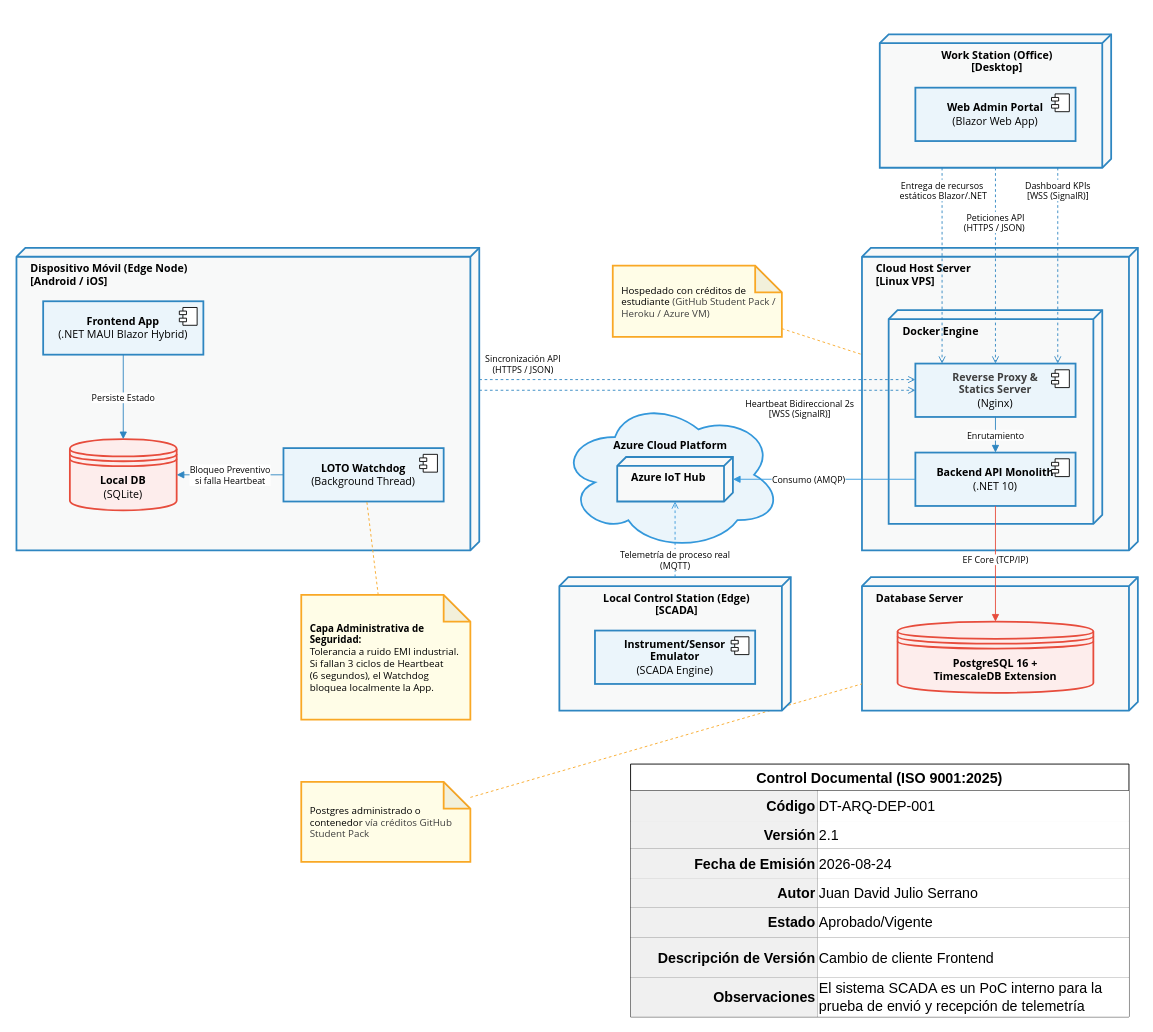
Before: page "Ver 2.x" (2 of 2) of architecture/views/DT-ARQ-DEP-001-deployment-model.drawio in Novav20/adso-dteam-docs, a draw.io diagram. Source tidied: cells renumbered, new cells numbered last; positions are measured from the earlier drawing's top-left corner, leaving out a move shared by most shapes. Both pictures are drawn from the tidied source at 89%, with x=0, y=0 at pixel (16, 34).
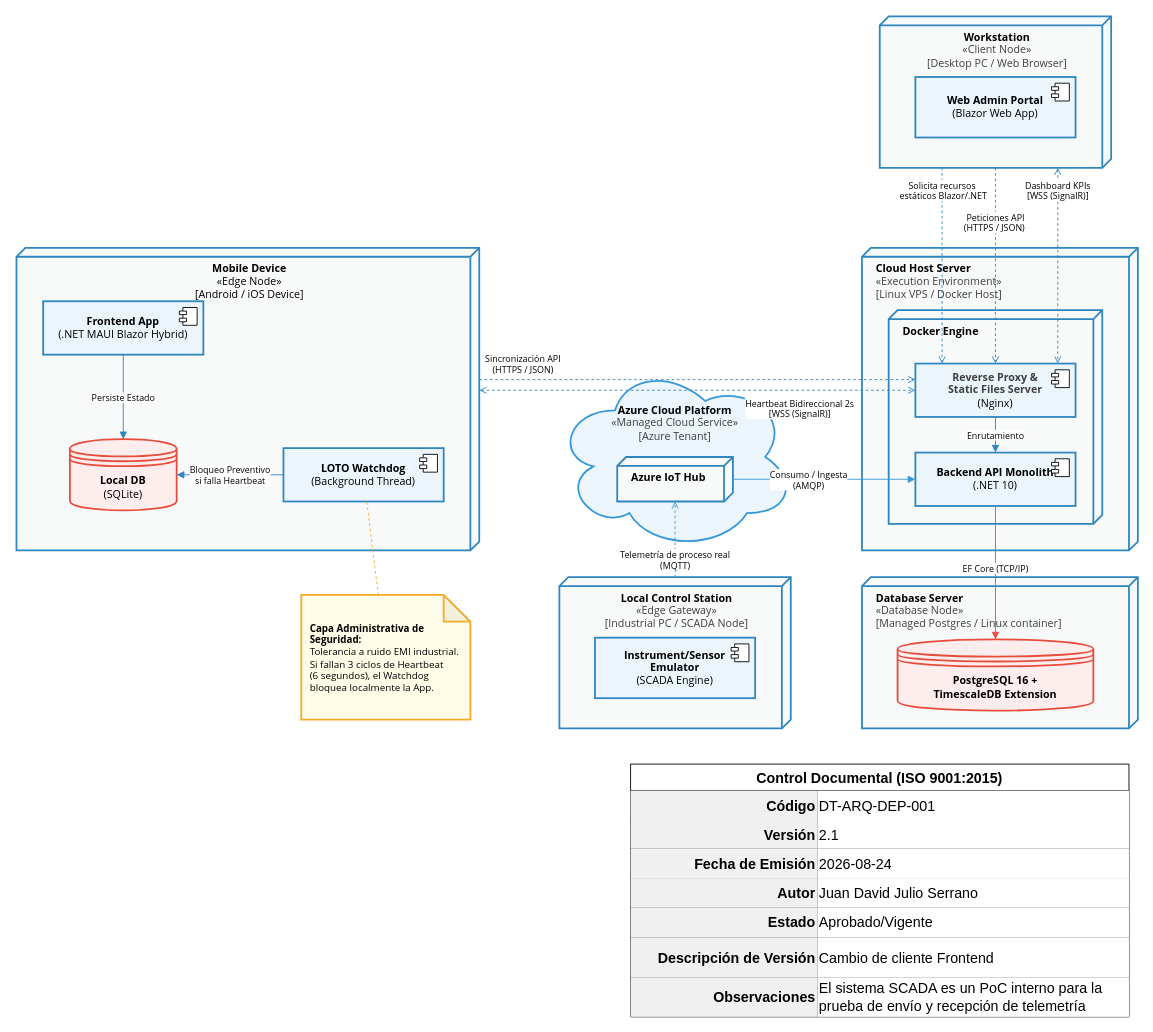
The same diagram, later.

The change refers to these unchanged cells:
```xml
<mxCell id="9" value="Azure IoT Hub" style="verticalAlign=top;align=left;shape=cube;size=10;direction=south;fontStyle=1;html=1;boundedLbl=1;spacingLeft=14;whiteSpace=wrap;fillColor=#F8F9F9;strokeColor=#2E86C1;strokeWidth=2;fontSize=12;fontFamily=Segoe UI;" parent="1" vertex="1">
  <mxGeometry x="675" y="475" width="130" height="50" as="geometry" />
</mxCell>
<mxCell id="14" value="&lt;b&gt;Backend API Monolith&lt;/b&gt;&lt;br/&gt;(.NET 10)" style="html=1;whiteSpace=wrap;fillColor=#EBF5FB;strokeColor=#2E86C1;strokeWidth=2;fontSize=12;fontFamily=Segoe UI;" parent="1" vertex="1">
  <mxGeometry x="1010" y="470" width="180" height="60" as="geometry" />
</mxCell>
<mxCell id="47" style="shape=tableRow;horizontal=0;startSize=0;swimlaneHead=0;swimlaneBody=0;strokeColor=inherit;top=0;left=0;bottom=0;right=0;fillColor=none;fontSize=16;" parent="28" vertex="1">
  <mxGeometry y="240" width="560" height="44" as="geometry" />
</mxCell>
```

The edit, as a diff of the source:
```diff
@@
-    <mxCell id="2" value="Dispositivo Móvil (Edge Node)&#10;[Android / iOS]" style="verticalAlign=top;align=left;shape=cube;size=10;direction=south;fontStyle=1;html=1;boundedLbl=1;spacingLeft=14;whiteSpace=wrap;fillColor=#F8F9F9;strokeColor=#2E86C1;strokeWidth=2;fontSize=12;fontFamily=Segoe UI;" parent="1" vertex="1">
+    <mxCell id="2" value="Mobile Device &lt;br&gt;&lt;span style=&quot;font-weight: normal;&quot;&gt;«Edge Node»&lt;br&gt;[Android / iOS Device]&lt;/span&gt;" style="verticalAlign=top;align=center;shape=cube;size=10;direction=south;fontStyle=1;html=1;boundedLbl=1;spacingLeft=14;whiteSpace=wrap;fillColor=#F8F9F9;strokeColor=#2E86C1;strokeWidth=2;fontSize=12;fontFamily=Segoe UI;" parent="1" vertex="1">
       <mxGeometry y="240" width="520" height="340" as="geometry" />
     </mxCell>
@@
-    <mxCell id="8" value="&lt;b&gt;&lt;br&gt;&lt;br&gt;Azure Cloud Platform&lt;/b&gt;" style="ellipse;shape=cloud;whiteSpace=wrap;html=1;fillColor=#EBF5FB;strokeColor=#3498DB;strokeWidth=2;fontSize=12;fontFamily=Segoe UI;verticalAlign=top;spacingTop=10;" parent="1" vertex="1">
-      <mxGeometry x="610" y="410" width="250" height="170" as="geometry" />
+    <mxCell id="8" value="&lt;b&gt;&lt;br&gt;&lt;br&gt;&lt;/b&gt;&lt;span style=&quot;color: rgb(0, 0, 0); font-weight: 700;&quot;&gt;Azure Cloud Platform&lt;/span&gt;&lt;br style=&quot;color: rgb(63, 63, 63); scrollbar-color: rgb(226, 226, 226) rgb(251, 251, 251); font-weight: 700;&quot;&gt;&lt;span style=&quot;color: rgb(63, 63, 63); scrollbar-color: rgb(226, 226, 226) rgb(251, 251, 251);&quot;&gt;«Managed Cloud Service»&lt;br style=&quot;color: rgb(63, 63, 63); scrollbar-color: rgb(226, 226, 226) rgb(251, 251, 251);&quot;&gt;[Azure Tenant]&lt;/span&gt;&lt;b&gt;&lt;/b&gt;" style="ellipse;shape=cloud;whiteSpace=wrap;html=1;fillColor=#EBF5FB;strokeColor=#3498DB;strokeWidth=2;fontSize=12;fontFamily=Segoe UI;verticalAlign=top;spacingTop=10;" parent="1" vertex="1">
+      <mxGeometry x="605" y="370" width="270" height="210" as="geometry" />
     </mxCell>
@@
-    <mxCell id="10" value="Cloud Host&amp;nbsp;&lt;span style=&quot;color: rgb(0, 0, 0);&quot;&gt;Server&lt;/span&gt;&lt;br&gt;[Linux VPS]" style="verticalAlign=top;align=left;shape=cube;size=10;direction=south;fontStyle=1;html=1;boundedLbl=1;spacingLeft=14;whiteSpace=wrap;fillColor=#F8F9F9;strokeColor=#2E86C1;strokeWidth=2;fontSize=12;fontFamily=Segoe UI;" parent="1" vertex="1">
+    <mxCell id="10" value="&lt;span style=&quot;color: rgb(0, 0, 0); text-align: center;&quot;&gt;Cloud Host Server&lt;/span&gt;&lt;br style=&quot;color: rgb(63, 63, 63); scrollbar-color: rgb(226, 226, 226) rgb(251, 251, 251); text-align: center;&quot;&gt;&lt;span style=&quot;color: rgb(63, 63, 63); scrollbar-color: rgb(226, 226, 226) rgb(251, 251, 251); text-align: center; font-weight: normal;&quot;&gt;«Execution Environment»&lt;br style=&quot;color: rgb(63, 63, 63); scrollbar-color: rgb(226, 226, 226) rgb(251, 251, 251);&quot;&gt;[Linux VPS / Docker Host]&lt;/span&gt;" style="verticalAlign=top;align=left;shape=cube;size=10;direction=south;fontStyle=1;html=1;boundedLbl=1;spacingLeft=14;whiteSpace=wrap;fillColor=#F8F9F9;strokeColor=#2E86C1;strokeWidth=2;fontSize=12;fontFamily=Segoe UI;" parent="1" vertex="1">
       <mxGeometry x="950" y="240" width="310" height="340" as="geometry" />
     </mxCell>
@@
-    <mxCell id="12" value="&lt;b style=&quot;color: rgb(63, 63, 63); scrollbar-color: rgb(226, 226, 226) rgb(251, 251, 251);&quot;&gt;Reverse Proxy &amp;amp; &lt;br&gt;Statics Server&lt;/b&gt;&lt;br&gt;(Nginx)" style="html=1;whiteSpace=wrap;fillColor=#EBF5FB;strokeColor=#2E86C1;strokeWidth=2;fontSize=12;fontFamily=Segoe UI;" parent="1" vertex="1">
+    <mxCell id="12" value="&lt;b style=&quot;color: rgb(63, 63, 63); scrollbar-color: rgb(226, 226, 226) rgb(251, 251, 251);&quot;&gt;Reverse Proxy &amp;amp; &lt;br&gt;Static Files Server&lt;/b&gt;&lt;br&gt;(Nginx)" style="html=1;whiteSpace=wrap;fillColor=#EBF5FB;strokeColor=#2E86C1;strokeWidth=2;fontSize=12;fontFamily=Segoe UI;" parent="1" vertex="1">
       <mxGeometry x="1010" y="370" width="180" height="60" as="geometry" />
     </mxCell>
@@
-    <mxCell id="16" value="Database Server" style="verticalAlign=top;align=left;shape=cube;size=10;direction=south;fontStyle=1;html=1;boundedLbl=1;spacingLeft=14;whiteSpace=wrap;fillColor=#F8F9F9;strokeColor=#2E86C1;strokeWidth=2;fontSize=12;fontFamily=Segoe UI;" parent="1" vertex="1">
-      <mxGeometry x="950" y="610" width="310" height="150" as="geometry" />
+    <mxCell id="16" value="&lt;span style=&quot;color: rgb(0, 0, 0); text-align: center;&quot;&gt;Database Server&lt;/span&gt;&lt;br style=&quot;color: rgb(63, 63, 63); scrollbar-color: rgb(226, 226, 226) rgb(251, 251, 251); text-align: center;&quot;&gt;&lt;span style=&quot;color: rgb(63, 63, 63); scrollbar-color: rgb(226, 226, 226) rgb(251, 251, 251); text-align: center; font-weight: normal;&quot;&gt;«Database Node»&lt;br style=&quot;color: rgb(63, 63, 63); scrollbar-color: rgb(226, 226, 226) rgb(251, 251, 251);&quot;&gt;[Managed Postgres / Linux container]&lt;/span&gt;" style="verticalAlign=top;align=left;shape=cube;size=10;direction=south;fontStyle=1;html=1;boundedLbl=1;spacingLeft=14;whiteSpace=wrap;fillColor=#F8F9F9;strokeColor=#2E86C1;strokeWidth=2;fontSize=12;fontFamily=Segoe UI;" parent="1" vertex="1">
+      <mxGeometry x="950" y="610" width="310" height="170" as="geometry" />
     </mxCell>
     <mxCell id="17" value="&lt;b&gt;PostgreSQL 16 +&lt;/b&gt;&lt;br/&gt;&lt;b&gt;TimescaleDB Extension&lt;/b&gt;" style="shape=datastore;whiteSpace=wrap;html=1;fillColor=#FDEDEC;strokeColor=#E74C3C;strokeWidth=2;fontSize=12;fontFamily=Segoe UI;" parent="1" vertex="1">
-      <mxGeometry x="990" y="660" width="220" height="80" as="geometry" />
+      <mxGeometry x="990" y="680" width="220" height="80" as="geometry" />
     </mxCell>
@@
-    <mxCell id="24" value="&lt;span style=&quot;color: rgb(0, 0, 0);&quot;&gt;Consumo&lt;/span&gt;&amp;nbsp;(&lt;span style=&quot;color: rgb(0, 0, 0);&quot;&gt;AMQP&lt;/span&gt;)" style="rounded=0;jettySize=auto;html=1;endArrow=block;endFill=1;strokeColor=#3498DB;fontFamily=Segoe UI;fontSize=10;" parent="1" edge="1" source="14" target="9">
+    <mxCell id="24" value="Consumo / Ingesta &lt;br&gt;(AMQP)" style="rounded=0;jettySize=auto;html=1;endArrow=none;endFill=0;strokeColor=#3498DB;fontFamily=Segoe UI;fontSize=10;startArrow=block;startFill=1;" parent="1" edge="1" source="14" target="9">
       <mxGeometry x="0.17" relative="1" as="geometry" />
     </mxCell>
-    <mxCell id="25" style="edgeStyle=none;html=1;rounded=0;dashed=1;strokeColor=#F9A825;align=center;verticalAlign=middle;fontFamily=Helvetica;fontSize=11;fontColor=default;labelBackgroundColor=default;endArrow=none;" parent="1" edge="1" source="55" target="16">
-      <mxGeometry relative="1" as="geometry" />
-    </mxCell>
@@
-    <mxCell id="27" value="&lt;span style=&quot;color: rgb(0, 0, 0);&quot;&gt;Heartbeat Bidireccional 2s&lt;/span&gt;&lt;br&gt;[&lt;span style=&quot;color: rgb(0, 0, 0);&quot;&gt;WSS (SignalR)&lt;/span&gt;]" style="rounded=0;jettySize=auto;html=1;endArrow=open;endFill=0;dashed=1;strokeColor=#2E86C1;fontFamily=Segoe UI;fontSize=10;entryX=0;entryY=0.5;entryDx=0;entryDy=0;edgeStyle=orthogonalEdgeStyle;" parent="1" edge="1" source="2" target="12">
+    <mxCell id="27" value="&lt;span style=&quot;color: rgb(0, 0, 0);&quot;&gt;Heartbeat Bidireccional 2s&lt;/span&gt;&lt;br&gt;[&lt;span style=&quot;color: rgb(0, 0, 0);&quot;&gt;WSS (SignalR)&lt;/span&gt;]" style="rounded=0;jettySize=auto;html=1;endArrow=open;endFill=0;dashed=1;strokeColor=#2E86C1;fontFamily=Segoe UI;fontSize=10;entryX=0;entryY=0.5;entryDx=0;entryDy=0;edgeStyle=orthogonalEdgeStyle;startArrow=open;startFill=0;" parent="1" edge="1" source="2" target="12">
       <mxGeometry x="0.47" y="-20" relative="1" as="geometry">
         <Array as="points">
           <mxPoint x="640" y="400" />
           <mxPoint x="640" y="400" />
         </Array>
       </mxGeometry>
     </mxCell>
-    <mxCell id="28" value="Control Documental (ISO 9001:2025)" style="shape=table;startSize=30;childLayout=tableLayout;strokeColor=default;fontSize=16;fillStyle=auto;swimlaneFillColor=none;fontStyle=1;" parent="1" vertex="1">
+    <mxCell id="28" value="Control Documental (ISO 9001:2015)" style="shape=table;startSize=30;childLayout=tableLayout;strokeColor=default;fontSize=16;fillStyle=auto;swimlaneFillColor=none;fontStyle=1;" parent="1" vertex="1">
       <mxGeometry x="690" y="820" width="560" height="284" as="geometry" />
     </mxCell>
@@
-    <mxCell id="49" value="&lt;span style=&quot;color: rgb(0, 0, 0);&quot;&gt;El sistema SCADA es un PoC interno para la prueba de envió y recepción de telemetría&lt;/span&gt;" style="shape=partialRectangle;html=1;whiteSpace=wrap;strokeColor=inherit;overflow=hidden;fillColor=default;top=0;left=0;bottom=0;right=0;fontSize=16;align=left;" parent="47" vertex="1">
+    <mxCell id="49" value="&lt;span style=&quot;color: rgb(0, 0, 0);&quot;&gt;El sistema SCADA es un PoC interno para la prueba de envío y recepción de telemetría&lt;/span&gt;" style="shape=partialRectangle;html=1;whiteSpace=wrap;strokeColor=inherit;overflow=hidden;fillColor=default;top=0;left=0;bottom=0;right=0;fontSize=16;align=left;" parent="47" vertex="1">
       <mxGeometry x="210" width="350" height="44" as="geometry" />
     </mxCell>
     <mxCell id="50" style="group;" parent="1" vertex="1">
-      <mxGeometry x="610" y="610" width="260" height="150" as="geometry" />
+      <mxGeometry x="610" y="610" width="260" height="170" as="geometry" />
     </mxCell>
-    <mxCell id="51" value="Local Control Station (Edge)&lt;br&gt;[SCADA]" style="verticalAlign=top;align=center;shape=cube;size=10;direction=south;fontStyle=1;html=1;boundedLbl=1;spacingLeft=14;whiteSpace=wrap;fillColor=#F8F9F9;strokeColor=#2E86C1;strokeWidth=2;fontSize=12;fontFamily=Segoe UI;" parent="50" vertex="1">
-      <mxGeometry width="260" height="150" as="geometry" />
+    <mxCell id="51" value="&lt;span style=&quot;color: rgb(0, 0, 0);&quot;&gt;Local Control Station&lt;/span&gt;&lt;br style=&quot;color: rgb(63, 63, 63); scrollbar-color: rgb(226, 226, 226) rgb(251, 251, 251);&quot;&gt;&lt;span style=&quot;color: rgb(63, 63, 63); scrollbar-color: rgb(226, 226, 226) rgb(251, 251, 251); font-weight: normal;&quot;&gt;«Edge Gateway»&lt;br style=&quot;color: rgb(63, 63, 63); scrollbar-color: rgb(226, 226, 226) rgb(251, 251, 251);&quot;&gt;[Industrial PC / SCADA Node]&lt;/span&gt;" style="verticalAlign=top;align=center;shape=cube;size=10;direction=south;fontStyle=1;html=1;boundedLbl=1;spacingLeft=14;whiteSpace=wrap;fillColor=#F8F9F9;strokeColor=#2E86C1;strokeWidth=2;fontSize=12;fontFamily=Segoe UI;" parent="50" vertex="1">
+      <mxGeometry width="260" height="170" as="geometry" />
     </mxCell>
     <mxCell id="52" value="&lt;b&gt;Instrument/Sensor &lt;br&gt;Emulator&lt;/b&gt;&lt;br&gt;(SCADA Engine)" style="html=1;whiteSpace=wrap;fillColor=#EBF5FB;strokeColor=#2E86C1;strokeWidth=2;fontSize=12;fontFamily=Segoe UI;" parent="50" vertex="1">
-      <mxGeometry x="40" y="60" width="180" height="60" as="geometry" />
+      <mxGeometry x="40" y="68" width="180" height="68" as="geometry" />
     </mxCell>
@@
-    <mxCell id="55" value="&lt;div&gt;&lt;span style=&quot;font-size: 11px;&quot;&gt;Postgres administrado o contenedor&amp;nbsp;&lt;/span&gt;&lt;span style=&quot;color: rgb(63, 63, 63); background-color: transparent;&quot;&gt;vía créditos GitHub Student Pack&lt;/span&gt;&lt;/div&gt;" style="shape=note;whiteSpace=wrap;html=1;backgroundOutline=1;darkOpacity=0.05;fillColor=#FFFDE7;strokeColor=#F9A825;strokeWidth=2;fontSize=11;fontFamily=Segoe UI;align=left;spacingLeft=8;" parent="1" vertex="1">
-      <mxGeometry x="320" y="840" width="190" height="90" as="geometry" />
-    </mxCell>
-    <mxCell id="56" style="edgeStyle=none;html=1;rounded=0;dashed=1;strokeColor=#F9A825;align=center;verticalAlign=middle;fontFamily=Helvetica;fontSize=11;fontColor=default;labelBackgroundColor=default;endArrow=none;" parent="1" edge="1" source="57" target="10">
-      <mxGeometry relative="1" as="geometry" />
-    </mxCell>
-    <mxCell id="57" value="&lt;div&gt;&lt;span style=&quot;font-size: 11px;&quot;&gt;Hospedado con créditos de estudiante&amp;nbsp;&lt;/span&gt;&lt;span style=&quot;color: rgb(63, 63, 63); background-color: transparent;&quot;&gt;(GitHub Student Pack / Heroku / Azure VM)&lt;/span&gt;&lt;/div&gt;" style="shape=note;whiteSpace=wrap;html=1;backgroundOutline=1;darkOpacity=0.05;fillColor=#FFFDE7;strokeColor=#F9A825;strokeWidth=2;fontSize=11;fontFamily=Segoe UI;align=left;spacingLeft=8;" parent="1" vertex="1">
-      <mxGeometry x="670" y="260" width="190" height="80" as="geometry" />
-    </mxCell>
     <mxCell id="58" style="group;" parent="1" vertex="1">
-      <mxGeometry x="970" width="260" height="150" as="geometry" />
+      <mxGeometry x="970" y="-20" width="260" height="170" as="geometry" />
     </mxCell>
-    <mxCell id="59" value="Work Station (Office)&lt;br&gt;[Desktop]" style="verticalAlign=top;align=center;shape=cube;size=10;direction=south;fontStyle=1;html=1;boundedLbl=1;spacingLeft=14;whiteSpace=wrap;fillColor=#F8F9F9;strokeColor=#2E86C1;strokeWidth=2;fontSize=12;fontFamily=Segoe UI;" parent="58" vertex="1">
-      <mxGeometry width="260" height="150" as="geometry" />
+    <mxCell id="59" value="&lt;span style=&quot;color: rgb(0, 0, 0);&quot;&gt;Workstation&lt;/span&gt;&lt;br style=&quot;color: rgb(63, 63, 63); scrollbar-color: rgb(226, 226, 226) rgb(251, 251, 251);&quot;&gt;&lt;span style=&quot;color: rgb(63, 63, 63); scrollbar-color: rgb(226, 226, 226) rgb(251, 251, 251); font-weight: normal;&quot;&gt;«Client Node»&lt;br style=&quot;color: rgb(63, 63, 63); scrollbar-color: rgb(226, 226, 226) rgb(251, 251, 251);&quot;&gt;[Desktop PC / Web Browser]&lt;/span&gt;" style="verticalAlign=top;align=center;shape=cube;size=10;direction=south;fontStyle=1;html=1;boundedLbl=1;spacingLeft=14;whiteSpace=wrap;fillColor=#F8F9F9;strokeColor=#2E86C1;strokeWidth=2;fontSize=12;fontFamily=Segoe UI;" parent="58" vertex="1">
+      <mxGeometry width="260" height="170" as="geometry" />
     </mxCell>
     <mxCell id="60" value="&lt;b&gt;Web Admin Portal&lt;/b&gt;&lt;br&gt;(Blazor Web App)" style="html=1;whiteSpace=wrap;fillColor=#EBF5FB;strokeColor=#2E86C1;strokeWidth=2;fontSize=12;fontFamily=Segoe UI;" parent="58" vertex="1">
-      <mxGeometry x="40" y="60" width="180" height="60" as="geometry" />
+      <mxGeometry x="40" y="68" width="180" height="68" as="geometry" />
     </mxCell>
@@
-    <mxCell id="62" value="Entrega de recursos&lt;br&gt;&amp;nbsp;estáticos Blazor/.NET" style="rounded=0;jettySize=auto;html=1;endArrow=open;endFill=0;dashed=1;strokeColor=#2E86C1;fontFamily=Segoe UI;fontSize=10;edgeStyle=orthogonalEdgeStyle;" parent="1" edge="1" source="59" target="12">
+    <mxCell id="62" value="Solicita recursos&lt;br&gt;&amp;nbsp;estáticos Blazor/.NET" style="rounded=0;jettySize=auto;html=1;endArrow=open;endFill=0;dashed=1;strokeColor=#2E86C1;fontFamily=Segoe UI;fontSize=10;edgeStyle=orthogonalEdgeStyle;" parent="1" edge="1" source="59" target="12">
       <mxGeometry x="-0.77" relative="1" as="geometry">
         <Array as="points">
           <mxPoint x="1040" y="190" />
           <mxPoint x="1040" y="190" />
         </Array>
       </mxGeometry>
     </mxCell>
@@
-    <mxCell id="64" value="&lt;span style=&quot;color: rgb(0, 0, 0);&quot;&gt;Dashboard KPIs&lt;/span&gt;&lt;br&gt;[&lt;span style=&quot;color: rgb(0, 0, 0);&quot;&gt;WSS (SignalR)&lt;/span&gt;]" style="rounded=0;jettySize=auto;html=1;endArrow=open;endFill=0;dashed=1;strokeColor=#2E86C1;fontFamily=Segoe UI;fontSize=10;edgeStyle=orthogonalEdgeStyle;" parent="1" edge="1" source="59" target="12">
+    <mxCell id="64" value="&lt;span style=&quot;color: rgb(0, 0, 0);&quot;&gt;Dashboard KPIs&lt;/span&gt;&lt;br&gt;[&lt;span style=&quot;color: rgb(0, 0, 0);&quot;&gt;WSS (SignalR)&lt;/span&gt;]" style="rounded=0;jettySize=auto;html=1;endArrow=open;endFill=0;dashed=1;strokeColor=#2E86C1;fontFamily=Segoe UI;fontSize=10;edgeStyle=orthogonalEdgeStyle;startArrow=open;startFill=0;" parent="1" edge="1" source="59" target="12">
       <mxGeometry x="-0.77" relative="1" as="geometry">
         <Array as="points">
           <mxPoint x="1170" y="260" />
           <mxPoint x="1170" y="260" />
         </Array>
       </mxGeometry>
     </mxCell>
```
